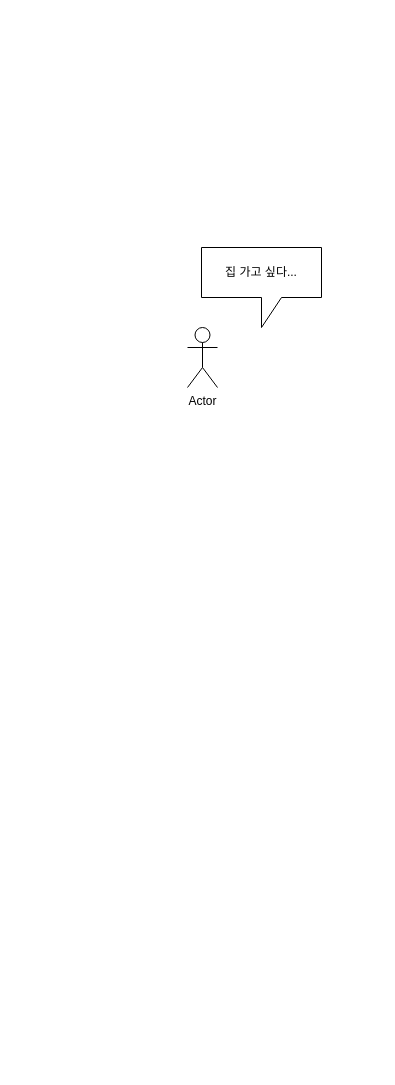
Above: classDiagramPlaceK.drawio in cherror/placeK (draw.io), before the change. Source tidied: cells renumbered, new cells numbered last; positions are measured from the earlier drawing's top-left corner, leaving out a move shared by most shapes. Both pictures are drawn from the tidied source at 100%, with x=0, y=0 at pixel (187, 247).
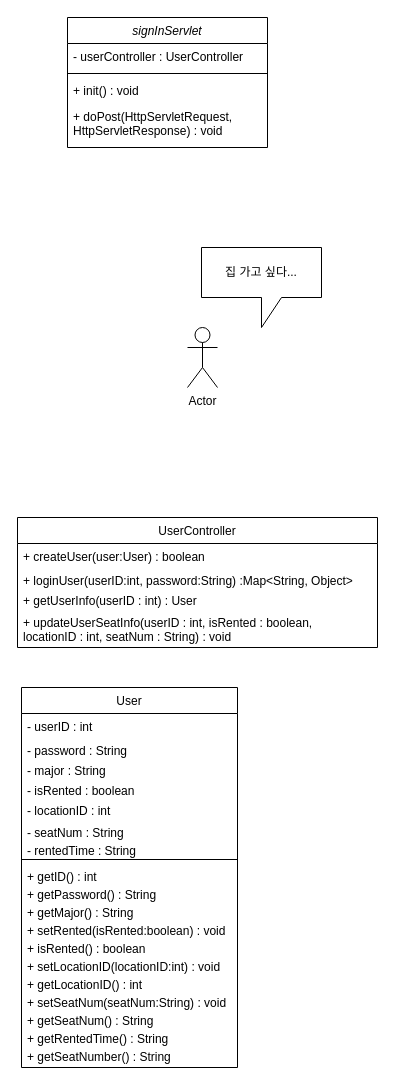
After the change.

Change to the diagram source:
```diff
@@
+    <mxCell id="4" value="signInServlet" style="swimlane;fontStyle=2;align=center;verticalAlign=top;horizontal=1;startSize=26;rounded=0;shadow=0;strokeWidth=1;" parent="1" vertex="1">
+      <mxGeometry x="-120" y="-230" width="200" height="130" as="geometry" />
+    </mxCell>
+    <mxCell id="5" value="- userController : UserController" style="text;align=left;verticalAlign=top;spacingLeft=4;spacingRight=4;overflow=hidden;" parent="4" vertex="1">
+      <mxGeometry y="26" width="200" height="26" as="geometry" />
+    </mxCell>
+    <mxCell id="6" style="line;html=1;strokeWidth=1;align=left;verticalAlign=middle;spacingTop=-1;spacingLeft=3;spacingRight=3;labelPosition=right;" parent="4" vertex="1">
+      <mxGeometry y="52" width="200" height="8" as="geometry" />
+    </mxCell>
+    <mxCell id="7" value="+ init() : void  &#10;" style="text;align=left;verticalAlign=top;spacingLeft=4;spacingRight=4;overflow=hidden;" parent="4" vertex="1">
+      <mxGeometry y="60" width="200" height="26" as="geometry" />
+    </mxCell>
+    <mxCell id="8" value="+ doPost(HttpServletRequest,&#10;HttpServletResponse) : void" style="text;align=left;verticalAlign=top;spacingLeft=4;spacingRight=4;overflow=hidden;" parent="4" vertex="1">
+      <mxGeometry y="86" width="200" height="34" as="geometry" />
+    </mxCell>
+    <mxCell id="9" value="UserController" style="swimlane;fontStyle=0;align=center;verticalAlign=top;horizontal=1;startSize=26;rounded=0;shadow=0;strokeWidth=1;" parent="1" vertex="1">
+      <mxGeometry x="-170" y="270" width="360" height="130" as="geometry" />
+    </mxCell>
+    <mxCell id="10" value="+ createUser(user:User) : boolean" style="text;align=left;verticalAlign=top;spacingLeft=4;spacingRight=4;overflow=hidden;" parent="9" vertex="1">
+      <mxGeometry y="26" width="360" height="24" as="geometry" />
+    </mxCell>
+    <mxCell id="11" value="+ loginUser(userID:int, password:String) :Map&lt;String, Object&gt;" style="text;align=left;verticalAlign=top;spacingLeft=4;spacingRight=4;overflow=hidden;" parent="9" vertex="1">
+      <mxGeometry y="50" width="360" height="20" as="geometry" />
+    </mxCell>
+    <mxCell id="12" value="+ getUserInfo(userID : int) : User " style="text;align=left;verticalAlign=top;spacingLeft=4;spacingRight=4;overflow=hidden;" parent="9" vertex="1">
+      <mxGeometry y="70" width="360" height="22" as="geometry" />
+    </mxCell>
+    <mxCell id="13" value="+ updateUserSeatInfo(userID : int, isRented : boolean, &#10;locationID : int, seatNum : String) : void" style="text;align=left;verticalAlign=top;spacingLeft=4;spacingRight=4;overflow=hidden;" parent="9" vertex="1">
+      <mxGeometry y="92" width="360" height="38" as="geometry" />
+    </mxCell>
+    <mxCell id="14" value="User" style="swimlane;fontStyle=0;align=center;verticalAlign=top;horizontal=1;startSize=26;rounded=0;shadow=0;strokeWidth=1;" parent="1" vertex="1">
+      <mxGeometry x="-166" y="440" width="216" height="380" as="geometry" />
+    </mxCell>
+    <mxCell id="15" value="- userID : int" style="text;align=left;verticalAlign=top;spacingLeft=4;spacingRight=4;overflow=hidden;" parent="14" vertex="1">
+      <mxGeometry y="26" width="216" height="24" as="geometry" />
+    </mxCell>
+    <mxCell id="16" value="- password : String" style="text;align=left;verticalAlign=top;spacingLeft=4;spacingRight=4;overflow=hidden;" parent="14" vertex="1">
+      <mxGeometry y="50" width="216" height="20" as="geometry" />
+    </mxCell>
+    <mxCell id="17" value="- major : String" style="text;align=left;verticalAlign=top;spacingLeft=4;spacingRight=4;overflow=hidden;" parent="14" vertex="1">
+      <mxGeometry y="70" width="216" height="20" as="geometry" />
+    </mxCell>
+    <mxCell id="18" value="- isRented : boolean" style="text;align=left;verticalAlign=top;spacingLeft=4;spacingRight=4;overflow=hidden;" parent="14" vertex="1">
+      <mxGeometry y="90" width="216" height="20" as="geometry" />
+    </mxCell>
+    <mxCell id="19" value="- locationID : int" style="text;align=left;verticalAlign=top;spacingLeft=4;spacingRight=4;overflow=hidden;" parent="14" vertex="1">
+      <mxGeometry y="110" width="216" height="22" as="geometry" />
+    </mxCell>
+    <mxCell id="20" value="- seatNum : String" style="text;align=left;verticalAlign=top;spacingLeft=4;spacingRight=4;overflow=hidden;" parent="14" vertex="1">
+      <mxGeometry y="132" width="216" height="18" as="geometry" />
+    </mxCell>
+    <mxCell id="21" value="- rentedTime : String" style="text;align=left;verticalAlign=top;spacingLeft=4;spacingRight=4;overflow=hidden;" parent="14" vertex="1">
+      <mxGeometry y="150" width="216" height="18" as="geometry" />
+    </mxCell>
+    <mxCell id="22" style="line;html=1;strokeWidth=1;align=left;verticalAlign=middle;spacingTop=-1;spacingLeft=3;spacingRight=3;labelPosition=right;" parent="14" vertex="1">
+      <mxGeometry y="168" width="216" height="8" as="geometry" />
+    </mxCell>
+    <mxCell id="23" value="+ getID() : int" style="text;align=left;verticalAlign=top;spacingLeft=4;spacingRight=4;overflow=hidden;" parent="14" vertex="1">
+      <mxGeometry y="176" width="216" height="18" as="geometry" />
+    </mxCell>
+    <mxCell id="24" value="+ getPassword() : String" style="text;align=left;verticalAlign=top;spacingLeft=4;spacingRight=4;overflow=hidden;" parent="14" vertex="1">
+      <mxGeometry y="194" width="216" height="18" as="geometry" />
+    </mxCell>
+    <mxCell id="25" value="+ getMajor() : String" style="text;align=left;verticalAlign=top;spacingLeft=4;spacingRight=4;overflow=hidden;" parent="14" vertex="1">
+      <mxGeometry y="212" width="216" height="18" as="geometry" />
+    </mxCell>
+    <mxCell id="26" value="+ setRented(isRented:boolean) : void" style="text;align=left;verticalAlign=top;spacingLeft=4;spacingRight=4;overflow=hidden;" parent="14" vertex="1">
+      <mxGeometry y="230" width="216" height="18" as="geometry" />
+    </mxCell>
+    <mxCell id="27" value="+ isRented() : boolean" style="text;align=left;verticalAlign=top;spacingLeft=4;spacingRight=4;overflow=hidden;" parent="14" vertex="1">
+      <mxGeometry y="248" width="216" height="18" as="geometry" />
+    </mxCell>
+    <mxCell id="28" value="+ setLocationID(locationID:int) : void" style="text;align=left;verticalAlign=top;spacingLeft=4;spacingRight=4;overflow=hidden;" parent="14" vertex="1">
+      <mxGeometry y="266" width="216" height="18" as="geometry" />
+    </mxCell>
+    <mxCell id="29" value="+ getLocationID() : int" style="text;align=left;verticalAlign=top;spacingLeft=4;spacingRight=4;overflow=hidden;" parent="14" vertex="1">
+      <mxGeometry y="284" width="216" height="18" as="geometry" />
+    </mxCell>
+    <mxCell id="30" value="+ setSeatNum(seatNum:String) : void" style="text;align=left;verticalAlign=top;spacingLeft=4;spacingRight=4;overflow=hidden;" parent="14" vertex="1">
+      <mxGeometry y="302" width="216" height="18" as="geometry" />
+    </mxCell>
+    <mxCell id="31" value="+ getSeatNum() : String" style="text;align=left;verticalAlign=top;spacingLeft=4;spacingRight=4;overflow=hidden;" parent="14" vertex="1">
+      <mxGeometry y="320" width="216" height="18" as="geometry" />
+    </mxCell>
+    <mxCell id="32" value="+ getRentedTime() : String" style="text;align=left;verticalAlign=top;spacingLeft=4;spacingRight=4;overflow=hidden;" parent="14" vertex="1">
+      <mxGeometry y="338" width="216" height="18" as="geometry" />
+    </mxCell>
+    <mxCell id="33" value="+ getSeatNumber() : String" style="text;align=left;verticalAlign=top;spacingLeft=4;spacingRight=4;overflow=hidden;" parent="14" vertex="1">
+      <mxGeometry y="356" width="216" height="18" as="geometry" />
+    </mxCell>
```
